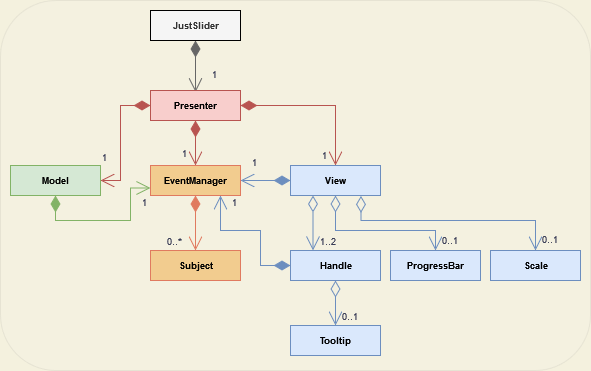
Above: uml/uml-simplified.png in Riemelt/justSlider (draw.io), before the change. Source tidied: cells renumbered, new cells last; positions are measured from the earlier drawing's top-left corner, leaving out a move shared by most shapes.
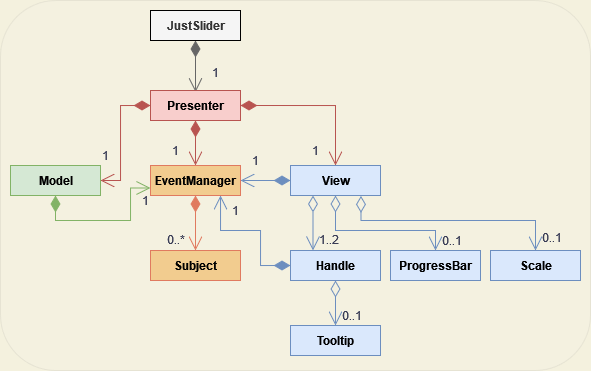
Above is the later version.

Commit message:
UML: bigger font in simplified version

The edit, as a diff of the source:
```diff
@@ -2,13 +2,13 @@
   <root>
     <mxCell id="0" />
     <mxCell id="1" parent="0" />
-    <mxCell id="2" style="rounded=1;whiteSpace=wrap;html=1;strokeColor=#666666;fontSize=9;fontColor=#333333;fillColor=#f5f5f5;opacity=10;" parent="1" vertex="1">
+    <mxCell id="2" style="rounded=1;whiteSpace=wrap;html=1;strokeColor=#666666;fontSize=12;fontColor=#333333;fillColor=#f5f5f5;opacity=10;" parent="1" vertex="1">
       <mxGeometry width="590" height="370" as="geometry" />
     </mxCell>
-    <mxCell id="3" value="0..1" style="endArrow=open;html=1;endSize=12;startArrow=diamondThin;startSize=14;startFill=0;edgeStyle=orthogonalEdgeStyle;align=left;verticalAlign=bottom;rounded=0;fontSize=9;entryX=0.5;entryY=0;entryDx=0;entryDy=0;exitX=0.5;exitY=1;exitDx=0;exitDy=0;strokeColor=#6c8ebf;fontColor=#393C56;labelBackgroundColor=none;fillColor=#dae8fc;" parent="1" edge="1" source="21" target="22">
+    <mxCell id="3" value="0..1" style="endArrow=open;html=1;endSize=12;startArrow=diamondThin;startSize=14;startFill=0;edgeStyle=orthogonalEdgeStyle;align=left;verticalAlign=bottom;rounded=0;fontSize=12;entryX=0.5;entryY=0;entryDx=0;entryDy=0;exitX=0.5;exitY=1;exitDx=0;exitDy=0;strokeColor=#6c8ebf;fontColor=#393C56;labelBackgroundColor=none;fillColor=#dae8fc;" parent="1" edge="1" source="21" target="22">
       <mxGeometry x="0.97" y="5" relative="1" as="geometry" />
     </mxCell>
-    <mxCell id="4" value="0..1" style="endArrow=open;html=1;endSize=12;startArrow=diamondThin;startSize=14;startFill=0;edgeStyle=orthogonalEdgeStyle;align=left;verticalAlign=bottom;rounded=0;fontSize=9;entryX=0.5;entryY=0;entryDx=0;entryDy=0;exitX=0.783;exitY=1.013;exitDx=0;exitDy=0;strokeColor=#6c8ebf;fontColor=#393C56;labelBackgroundColor=none;fillColor=#dae8fc;exitPerimeter=0;" parent="1" edge="1" source="20" target="23">
+    <mxCell id="4" value="0..1" style="endArrow=open;html=1;endSize=12;startArrow=diamondThin;startSize=14;startFill=0;edgeStyle=orthogonalEdgeStyle;align=left;verticalAlign=bottom;rounded=0;fontSize=12;entryX=0.5;entryY=0;entryDx=0;entryDy=0;exitX=0.783;exitY=1.013;exitDx=0;exitDy=0;strokeColor=#6c8ebf;fontColor=#393C56;labelBackgroundColor=none;fillColor=#dae8fc;exitPerimeter=0;" parent="1" edge="1" source="20" target="23">
       <mxGeometry x="0.97" y="5" relative="1" as="geometry">
         <Array as="points">
           <mxPoint x="360" y="220" />
@@ -16,22 +16,22 @@
         </Array>
       </mxGeometry>
     </mxCell>
-    <mxCell id="5" value="1..2" style="endArrow=open;html=1;endSize=12;startArrow=diamondThin;startSize=14;startFill=0;edgeStyle=orthogonalEdgeStyle;align=left;verticalAlign=bottom;rounded=0;fontSize=9;entryX=0.25;entryY=0;entryDx=0;entryDy=0;exitX=0.25;exitY=1;exitDx=0;exitDy=0;strokeColor=#6c8ebf;fontColor=#393C56;labelBackgroundColor=none;fillColor=#dae8fc;" parent="1" edge="1" source="20" target="21">
+    <mxCell id="5" value="1..2" style="endArrow=open;html=1;endSize=12;startArrow=diamondThin;startSize=14;startFill=0;edgeStyle=orthogonalEdgeStyle;align=left;verticalAlign=bottom;rounded=0;fontSize=12;entryX=0.25;entryY=0;entryDx=0;entryDy=0;exitX=0.25;exitY=1;exitDx=0;exitDy=0;strokeColor=#6c8ebf;fontColor=#393C56;labelBackgroundColor=none;fillColor=#dae8fc;" parent="1" edge="1" source="20" target="21">
       <mxGeometry x="0.97" y="5" relative="1" as="geometry">
         <Array as="points">
           <mxPoint x="313" y="250" />
         </Array>
       </mxGeometry>
     </mxCell>
-    <mxCell id="6" value="0..1" style="endArrow=open;html=1;endSize=12;startArrow=diamondThin;startSize=14;startFill=0;edgeStyle=orthogonalEdgeStyle;align=left;verticalAlign=bottom;rounded=0;fontSize=9;exitX=0.5;exitY=1;exitDx=0;exitDy=0;entryX=0.5;entryY=0;entryDx=0;entryDy=0;strokeColor=#6c8ebf;fontColor=#393C56;labelBackgroundColor=none;fillColor=#dae8fc;" parent="1" edge="1" source="20" target="24">
-      <mxGeometry x="0.97" y="5" relative="1" as="geometry">
+    <mxCell id="6" value="0..1" style="endArrow=open;html=1;endSize=12;startArrow=diamondThin;startSize=14;startFill=0;edgeStyle=orthogonalEdgeStyle;align=left;verticalAlign=bottom;rounded=0;fontSize=12;exitX=0.5;exitY=1;exitDx=0;exitDy=0;entryX=0.5;entryY=0;entryDx=0;entryDy=0;strokeColor=#6c8ebf;fontColor=#393C56;labelBackgroundColor=none;fillColor=#dae8fc;" parent="1" edge="1" source="20" target="24">
+      <mxGeometry x="1" y="5" relative="1" as="geometry">
         <Array as="points">
           <mxPoint x="335" y="230" />
           <mxPoint x="435" y="230" />
         </Array>
       </mxGeometry>
     </mxCell>
-    <mxCell id="7" value="0..*" style="endArrow=open;html=1;endSize=12;startArrow=diamondThin;startSize=14;startFill=1;edgeStyle=orthogonalEdgeStyle;align=left;verticalAlign=bottom;rounded=0;strokeColor=#E07A5F;fontSize=9;fontColor=#393C56;fillColor=#F2CC8F;entryX=0.5;entryY=0;entryDx=0;entryDy=0;labelBackgroundColor=none;exitX=0.5;exitY=1;exitDx=0;exitDy=0;" parent="1" edge="1" source="18" target="19">
+    <mxCell id="7" value="0..*" style="endArrow=open;html=1;endSize=12;startArrow=diamondThin;startSize=14;startFill=1;edgeStyle=orthogonalEdgeStyle;align=left;verticalAlign=bottom;rounded=0;strokeColor=#E07A5F;fontSize=12;fontColor=#393C56;fillColor=#F2CC8F;entryX=0.5;entryY=0;entryDx=0;entryDy=0;labelBackgroundColor=none;exitX=0.5;exitY=1;exitDx=0;exitDy=0;" parent="1" edge="1" source="18" target="19">
       <mxGeometry x="0.97" y="-30" relative="1" as="geometry">
         <Array as="points">
           <mxPoint x="195" y="240" />
@@ -39,13 +39,13 @@
         </Array>
       </mxGeometry>
     </mxCell>
-    <mxCell id="8" value="&lt;span style=&quot;&quot;&gt;1&lt;/span&gt;" style="endArrow=open;html=1;endSize=12;startArrow=diamondThin;startSize=14;startFill=1;edgeStyle=orthogonalEdgeStyle;align=left;verticalAlign=bottom;rounded=0;strokeColor=#6c8ebf;fontSize=9;fontColor=#393C56;fillColor=#dae8fc;labelBackgroundColor=none;entryX=1;entryY=0.5;entryDx=0;entryDy=0;" parent="1" edge="1" target="18">
+    <mxCell id="8" value="&lt;span style=&quot;font-size: 12px;&quot;&gt;1&lt;/span&gt;" style="endArrow=open;html=1;endSize=12;startArrow=diamondThin;startSize=14;startFill=1;edgeStyle=orthogonalEdgeStyle;align=left;verticalAlign=bottom;rounded=0;strokeColor=#6c8ebf;fontSize=12;fontColor=#393C56;fillColor=#dae8fc;labelBackgroundColor=none;entryX=1;entryY=0.5;entryDx=0;entryDy=0;" parent="1" edge="1" target="18">
       <mxGeometry x="0.6" y="-10" relative="1" as="geometry">
         <mxPoint x="290" y="180" as="sourcePoint" />
       </mxGeometry>
     </mxCell>
-    <mxCell id="9" value="1" style="endArrow=open;html=1;endSize=12;startArrow=diamondThin;startSize=14;startFill=1;edgeStyle=orthogonalEdgeStyle;align=left;verticalAlign=bottom;rounded=0;strokeColor=#6c8ebf;fontSize=9;fontColor=#393C56;fillColor=#dae8fc;labelBackgroundColor=none;exitX=0;exitY=0.5;exitDx=0;exitDy=0;" parent="1" edge="1" source="21" target="18">
-      <mxGeometry x="0.79" y="-10" relative="1" as="geometry">
+    <mxCell id="9" value="1" style="endArrow=open;html=1;endSize=12;startArrow=diamondThin;startSize=14;startFill=1;edgeStyle=orthogonalEdgeStyle;align=left;verticalAlign=bottom;rounded=0;strokeColor=#6c8ebf;fontSize=12;fontColor=#393C56;fillColor=#dae8fc;labelBackgroundColor=none;exitX=0;exitY=0.5;exitDx=0;exitDy=0;" parent="1" edge="1" source="21" target="18">
+      <mxGeometry x="0.64" y="-10" relative="1" as="geometry">
         <Array as="points">
           <mxPoint x="260" y="265" />
           <mxPoint x="260" y="230" />
@@ -53,7 +53,7 @@
         </Array>
       </mxGeometry>
     </mxCell>
-    <mxCell id="10" value="1" style="endArrow=open;html=1;endSize=12;startArrow=diamondThin;startSize=14;startFill=1;edgeStyle=orthogonalEdgeStyle;align=left;verticalAlign=bottom;rounded=0;strokeColor=#82b366;fontSize=9;fontColor=#393C56;fillColor=#d5e8d4;exitX=0.5;exitY=1;exitDx=0;exitDy=0;labelBackgroundColor=none;entryX=0;entryY=0.75;entryDx=0;entryDy=0;" parent="1" edge="1" source="17" target="18">
+    <mxCell id="10" value="1" style="endArrow=open;html=1;endSize=12;startArrow=diamondThin;startSize=14;startFill=1;edgeStyle=orthogonalEdgeStyle;align=left;verticalAlign=bottom;rounded=0;strokeColor=#82b366;fontSize=12;fontColor=#393C56;fillColor=#d5e8d4;exitX=0.5;exitY=1;exitDx=0;exitDy=0;labelBackgroundColor=none;entryX=0;entryY=0.75;entryDx=0;entryDy=0;" parent="1" edge="1" source="17" target="18">
       <mxGeometry x="0.44" y="-10" relative="1" as="geometry">
         <Array as="points">
           <mxPoint x="55" y="220" />
@@ -62,10 +62,10 @@
         </Array>
       </mxGeometry>
     </mxCell>
-    <mxCell id="11" value="1" style="endArrow=open;html=1;endSize=12;startArrow=diamondThin;startSize=14;startFill=1;edgeStyle=orthogonalEdgeStyle;align=left;verticalAlign=bottom;rounded=0;strokeColor=#b85450;fontSize=9;fontColor=#393C56;fillColor=#f8cecc;exitX=0.5;exitY=1;exitDx=0;exitDy=0;entryX=0.5;entryY=0;entryDx=0;entryDy=0;labelBackgroundColor=none;" parent="1" edge="1" source="16" target="18">
-      <mxGeometry x="0.82" y="-15" relative="1" as="geometry" />
+    <mxCell id="11" value="1" style="endArrow=open;html=1;endSize=12;startArrow=diamondThin;startSize=14;startFill=1;edgeStyle=orthogonalEdgeStyle;align=left;verticalAlign=bottom;rounded=0;strokeColor=#b85450;fontSize=12;fontColor=#393C56;fillColor=#f8cecc;exitX=0.5;exitY=1;exitDx=0;exitDy=0;entryX=0.5;entryY=0;entryDx=0;entryDy=0;labelBackgroundColor=none;" parent="1" edge="1" source="16" target="18">
+      <mxGeometry x="0.78" y="-25" relative="1" as="geometry" />
     </mxCell>
-    <mxCell id="12" value="1" style="endArrow=open;html=1;endSize=12;startArrow=diamondThin;startSize=14;startFill=1;edgeStyle=orthogonalEdgeStyle;align=left;verticalAlign=bottom;rounded=0;fontSize=9;fontColor=#393C56;fillColor=#f8cecc;strokeColor=#b85450;exitX=0;exitY=0.5;exitDx=0;exitDy=0;labelBackgroundColor=none;" parent="1" edge="1" source="16" target="17">
+    <mxCell id="12" value="1" style="endArrow=open;html=1;endSize=12;startArrow=diamondThin;startSize=14;startFill=1;edgeStyle=orthogonalEdgeStyle;align=left;verticalAlign=bottom;rounded=0;fontSize=12;fontColor=#393C56;fillColor=#f8cecc;strokeColor=#b85450;exitX=0;exitY=0.5;exitDx=0;exitDy=0;labelBackgroundColor=none;" parent="1" edge="1" source="16" target="17">
       <mxGeometry x="1" y="-15" relative="1" as="geometry">
         <Array as="points">
           <mxPoint x="120" y="105" />
@@ -73,10 +73,10 @@
         </Array>
       </mxGeometry>
     </mxCell>
-    <mxCell id="13" value="1" style="endArrow=open;html=1;endSize=12;startArrow=diamondThin;startSize=14;startFill=1;edgeStyle=orthogonalEdgeStyle;align=left;verticalAlign=bottom;rounded=0;strokeColor=#b85450;fontSize=9;fontColor=#393C56;fillColor=#f8cecc;entryX=0.5;entryY=0;entryDx=0;entryDy=0;exitX=1;exitY=0.5;exitDx=0;exitDy=0;labelBackgroundColor=none;" parent="1" edge="1" source="16" target="20">
-      <mxGeometry x="0.98" y="-15" relative="1" as="geometry" />
+    <mxCell id="13" value="1" style="endArrow=open;html=1;endSize=12;startArrow=diamondThin;startSize=14;startFill=1;edgeStyle=orthogonalEdgeStyle;align=left;verticalAlign=bottom;rounded=0;strokeColor=#b85450;fontSize=12;fontColor=#393C56;fillColor=#f8cecc;entryX=0.5;entryY=0;entryDx=0;entryDy=0;exitX=1;exitY=0.5;exitDx=0;exitDy=0;labelBackgroundColor=none;" parent="1" edge="1" source="16" target="20">
+      <mxGeometry x="0.94" y="-25" relative="1" as="geometry" />
     </mxCell>
-    <mxCell id="14" value="1" style="endArrow=open;html=1;endSize=12;startArrow=diamondThin;startSize=14;startFill=1;edgeStyle=orthogonalEdgeStyle;align=left;verticalAlign=bottom;rounded=0;strokeColor=#666666;fontSize=9;fontColor=#393C56;fillColor=#f5f5f5;exitX=0.5;exitY=1;exitDx=0;exitDy=0;labelBackgroundColor=none;entryX=0.501;entryY=0.051;entryDx=0;entryDy=0;entryPerimeter=0;" parent="1" edge="1" source="15" target="16">
+    <mxCell id="14" value="1" style="endArrow=open;html=1;endSize=12;startArrow=diamondThin;startSize=14;startFill=1;edgeStyle=orthogonalEdgeStyle;align=left;verticalAlign=bottom;rounded=0;strokeColor=#666666;fontSize=12;fontColor=#393C56;fillColor=#f5f5f5;exitX=0.5;exitY=1;exitDx=0;exitDy=0;labelBackgroundColor=none;entryX=0.501;entryY=0.051;entryDx=0;entryDy=0;entryPerimeter=0;" parent="1" edge="1" source="15" target="16">
       <mxGeometry x="0.63" y="15" relative="1" as="geometry">
         <Array as="points">
           <mxPoint x="195" y="80" />
@@ -84,34 +84,34 @@
         </Array>
       </mxGeometry>
     </mxCell>
-    <mxCell id="15" value="JustSlider" style="html=1;strokeColor=default;fontSize=9;verticalAlign=middle;fillColor=#f5f5f5;fontColor=#333333;fontStyle=1;startSize=28;" parent="1" vertex="1">
+    <mxCell id="15" value="JustSlider" style="html=1;strokeColor=default;fontSize=12;verticalAlign=middle;fillColor=#f5f5f5;fontColor=#333333;fontStyle=1;startSize=28;" parent="1" vertex="1">
       <mxGeometry x="150" y="10" width="90" height="30" as="geometry" />
     </mxCell>
-    <mxCell id="16" value="Presenter" style="html=1;strokeColor=#b85450;fontSize=9;verticalAlign=middle;fillColor=#f8cecc;fontStyle=1;startSize=28;" parent="1" vertex="1">
+    <mxCell id="16" value="Presenter" style="html=1;strokeColor=#b85450;fontSize=12;verticalAlign=middle;fillColor=#f8cecc;fontStyle=1;startSize=28;" parent="1" vertex="1">
       <mxGeometry x="150" y="90" width="90" height="30" as="geometry" />
     </mxCell>
-    <mxCell id="17" value="Model" style="html=1;strokeColor=#82b366;fontSize=9;verticalAlign=middle;fillColor=#d5e8d4;fontStyle=1;startSize=28;" parent="1" vertex="1">
+    <mxCell id="17" value="Model" style="html=1;strokeColor=#82b366;fontSize=12;verticalAlign=middle;fillColor=#d5e8d4;fontStyle=1;startSize=28;" parent="1" vertex="1">
       <mxGeometry x="10" y="165" width="90" height="30" as="geometry" />
     </mxCell>
-    <mxCell id="18" value="EventManager" style="html=1;strokeColor=#E07A5F;fontSize=9;verticalAlign=middle;fillColor=#F2CC8F;fontStyle=1;startSize=28;" parent="1" vertex="1">
+    <mxCell id="18" value="EventManager" style="html=1;strokeColor=#E07A5F;fontSize=12;verticalAlign=middle;fillColor=#F2CC8F;fontStyle=1;startSize=28;" parent="1" vertex="1">
       <mxGeometry x="150" y="165" width="90" height="30" as="geometry" />
     </mxCell>
-    <mxCell id="19" value="&lt;div&gt;Subject&lt;/div&gt;" style="html=1;strokeColor=#E07A5F;fontSize=9;verticalAlign=middle;fillColor=#F2CC8F;fontStyle=1;startSize=28;" parent="1" vertex="1">
+    <mxCell id="19" value="&lt;div style=&quot;font-size: 12px;&quot;&gt;Subject&lt;/div&gt;" style="html=1;strokeColor=#E07A5F;fontSize=12;verticalAlign=middle;fillColor=#F2CC8F;fontStyle=1;startSize=28;" parent="1" vertex="1">
       <mxGeometry x="150" y="250" width="90" height="30" as="geometry" />
     </mxCell>
-    <mxCell id="20" value="View" style="html=1;strokeColor=#6c8ebf;fontSize=9;verticalAlign=middle;fillColor=#dae8fc;fontStyle=1;startSize=28;" parent="1" vertex="1">
+    <mxCell id="20" value="View" style="html=1;strokeColor=#6c8ebf;fontSize=12;verticalAlign=middle;fillColor=#dae8fc;fontStyle=1;startSize=28;" parent="1" vertex="1">
       <mxGeometry x="290" y="165" width="90" height="30" as="geometry" />
     </mxCell>
-    <mxCell id="21" value="Handle" style="html=1;strokeColor=#6c8ebf;fontSize=9;verticalAlign=middle;fillColor=#dae8fc;fontStyle=1;startSize=28;" parent="1" vertex="1">
+    <mxCell id="21" value="Handle" style="html=1;strokeColor=#6c8ebf;fontSize=12;verticalAlign=middle;fillColor=#dae8fc;fontStyle=1;startSize=28;" parent="1" vertex="1">
       <mxGeometry x="290" y="250" width="90" height="30" as="geometry" />
     </mxCell>
-    <mxCell id="22" value="Tooltip" style="html=1;strokeColor=#6c8ebf;fontSize=9;verticalAlign=middle;fillColor=#dae8fc;fontStyle=1;startSize=28;" parent="1" vertex="1">
+    <mxCell id="22" value="Tooltip" style="html=1;strokeColor=#6c8ebf;fontSize=12;verticalAlign=middle;fillColor=#dae8fc;fontStyle=1;startSize=28;" parent="1" vertex="1">
       <mxGeometry x="290" y="325" width="90" height="30" as="geometry" />
     </mxCell>
-    <mxCell id="23" value="Scale" style="html=1;strokeColor=#6c8ebf;fontSize=9;verticalAlign=middle;fillColor=#dae8fc;fontStyle=1;startSize=28;" parent="1" vertex="1">
+    <mxCell id="23" value="Scale" style="html=1;strokeColor=#6c8ebf;fontSize=12;verticalAlign=middle;fillColor=#dae8fc;fontStyle=1;startSize=28;" parent="1" vertex="1">
       <mxGeometry x="490" y="250" width="90" height="30" as="geometry" />
     </mxCell>
-    <mxCell id="24" value="ProgressBar" style="html=1;strokeColor=#6c8ebf;fontSize=9;verticalAlign=middle;fillColor=#dae8fc;fontStyle=1;startSize=28;" parent="1" vertex="1">
+    <mxCell id="24" value="ProgressBar" style="html=1;strokeColor=#6c8ebf;fontSize=12;verticalAlign=middle;fillColor=#dae8fc;fontStyle=1;startSize=28;" parent="1" vertex="1">
       <mxGeometry x="390" y="250" width="90" height="30" as="geometry" />
     </mxCell>
   </root>
```
